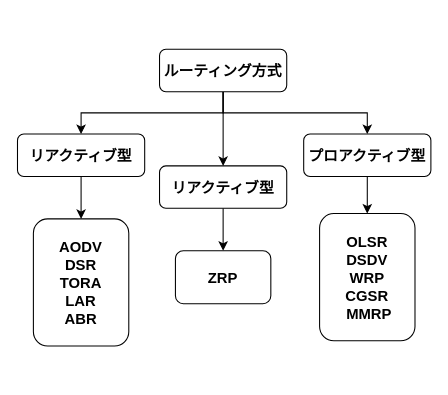
Above: Paper/paper/classification_of_routing.drawio in Giritan/Research (draw.io), before the change. Source tidied: cells renumbered, new cells numbered last; positions are measured from the earlier drawing's top-left corner, leaving out a move shared by most shapes. Both pictures are drawn from the tidied source at 106%, with x=0, y=0 at pixel (17, 49).
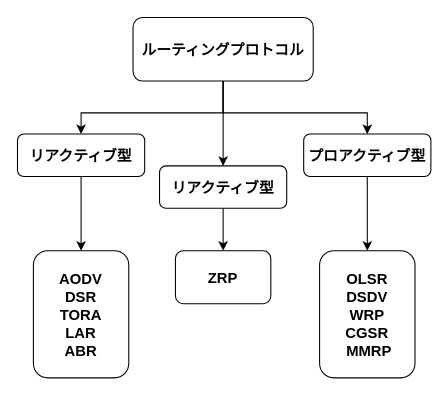
The same diagram, later.

The edit, as a diff of the source:
```diff
@@
 <mxGraphModel>
   <root>
     <mxCell id="0" />
     <mxCell id="1" parent="0" />
     <mxCell id="2" style="group;fontSize=14;fontStyle=1;" parent="1" vertex="1">
       <mxGeometry width="390" height="280" as="geometry" />
     </mxCell>
     <mxCell id="3" style="edgeStyle=orthogonalEdgeStyle;rounded=0;jettySize=auto;entryX=0.5;entryY=0;entryDx=0;entryDy=0;fontSize=14;fontStyle=1;" parent="2" edge="1" source="6" target="8">
       <mxGeometry relative="1" as="geometry">
         <Array as="points">
           <mxPoint x="194" y="60" />
           <mxPoint x="60" y="60" />
         </Array>
       </mxGeometry>
     </mxCell>
     <mxCell id="4" style="edgeStyle=orthogonalEdgeStyle;rounded=0;jettySize=auto;entryX=0.5;entryY=0;entryDx=0;entryDy=0;fontSize=14;fontStyle=1;" parent="2" edge="1" source="6" target="10">
       <mxGeometry relative="1" as="geometry" />
     </mxCell>
     <mxCell id="5" style="edgeStyle=orthogonalEdgeStyle;rounded=0;jettySize=auto;entryX=0.5;entryY=0;entryDx=0;entryDy=0;fontSize=14;fontStyle=1;" parent="2" edge="1" source="6" target="12">
       <mxGeometry relative="1" as="geometry">
         <Array as="points">
           <mxPoint x="194" y="60" />
           <mxPoint x="330" y="60" />
         </Array>
       </mxGeometry>
     </mxCell>
-    <mxCell id="6" value="ルーティング方式" style="rounded=1;fontSize=14;fontStyle=1;" parent="2" vertex="1">
-      <mxGeometry x="134" width="120" height="40" as="geometry" />
+    <mxCell id="6" value="ルーティングプロトコル" style="rounded=1;fontSize=14;fontStyle=1;" parent="2" vertex="1">
+      <mxGeometry x="109" y="-30" width="170" height="60" as="geometry" />
     </mxCell>
     <mxCell id="7" style="edgeStyle=orthogonalEdgeStyle;rounded=0;jettySize=auto;entryX=0.5;entryY=0;entryDx=0;entryDy=0;fontSize=14;fontStyle=1;" parent="2" edge="1" source="8" target="13">
       <mxGeometry relative="1" as="geometry" />
     </mxCell>
     <mxCell id="8" value="リアクティブ型" style="rounded=1;fontSize=14;fontStyle=1;" parent="2" vertex="1">
       <mxGeometry y="80" width="120" height="40" as="geometry" />
     </mxCell>
     <mxCell id="9" style="edgeStyle=orthogonalEdgeStyle;rounded=0;jettySize=auto;entryX=0.5;entryY=0;entryDx=0;entryDy=0;fontSize=14;fontStyle=1;" parent="2" edge="1" source="10" target="15">
       <mxGeometry relative="1" as="geometry" />
     </mxCell>
     <mxCell id="10" value="リアクティブ型" style="rounded=1;fontSize=14;fontStyle=1;" parent="2" vertex="1">
       <mxGeometry x="134" y="110" width="120" height="40" as="geometry" />
     </mxCell>
     <mxCell id="11" style="edgeStyle=orthogonalEdgeStyle;rounded=0;jettySize=auto;entryX=0.5;entryY=0;entryDx=0;entryDy=0;fontSize=14;fontStyle=1;" parent="2" edge="1" source="12" target="14">
       <mxGeometry relative="1" as="geometry" />
     </mxCell>
     <mxCell id="12" value="プロアクティブ型" style="rounded=1;fontSize=14;fontStyle=1;" parent="2" vertex="1">
       <mxGeometry x="270" y="80" width="120" height="40" as="geometry" />
     </mxCell>
     <mxCell id="13" value="AODV&#10;DSR&#10;TORA&#10;LAR&#10;ABR" style="rounded=1;fontSize=14;fontStyle=1;" parent="2" vertex="1">
-      <mxGeometry x="15" y="160" width="90" height="120" as="geometry" />
+      <mxGeometry x="15" y="190" width="90" height="120" as="geometry" />
     </mxCell>
     <mxCell id="14" value="OLSR&#10;DSDV&#10;WRP&#10;CGSR&#10; MMRP" style="rounded=1;fontSize=14;fontStyle=1;" parent="2" vertex="1">
-      <mxGeometry x="285" y="155" width="90" height="120" as="geometry" />
+      <mxGeometry x="285" y="190" width="90" height="120" as="geometry" />
     </mxCell>
     <mxCell id="15" value="ZRP" style="rounded=1;fontSize=14;fontStyle=1;" parent="2" vertex="1">
       <mxGeometry x="149" y="190" width="90" height="50" as="geometry" />
     </mxCell>
   </root>
 </mxGraphModel>
```
